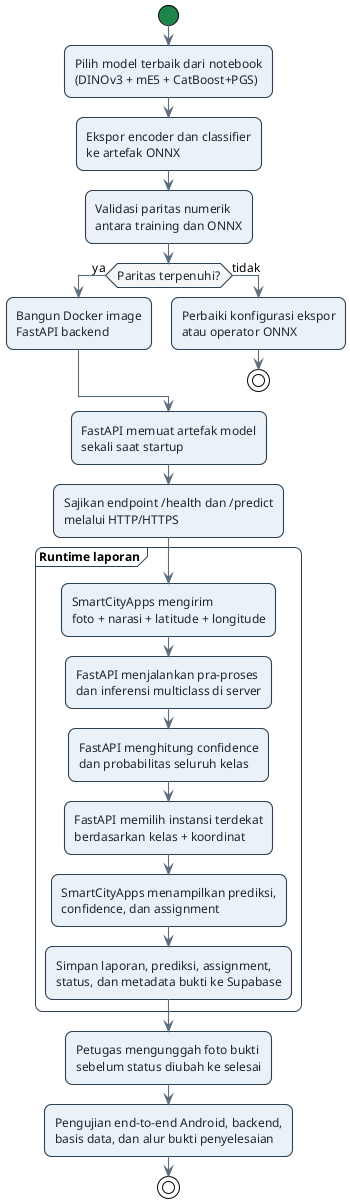
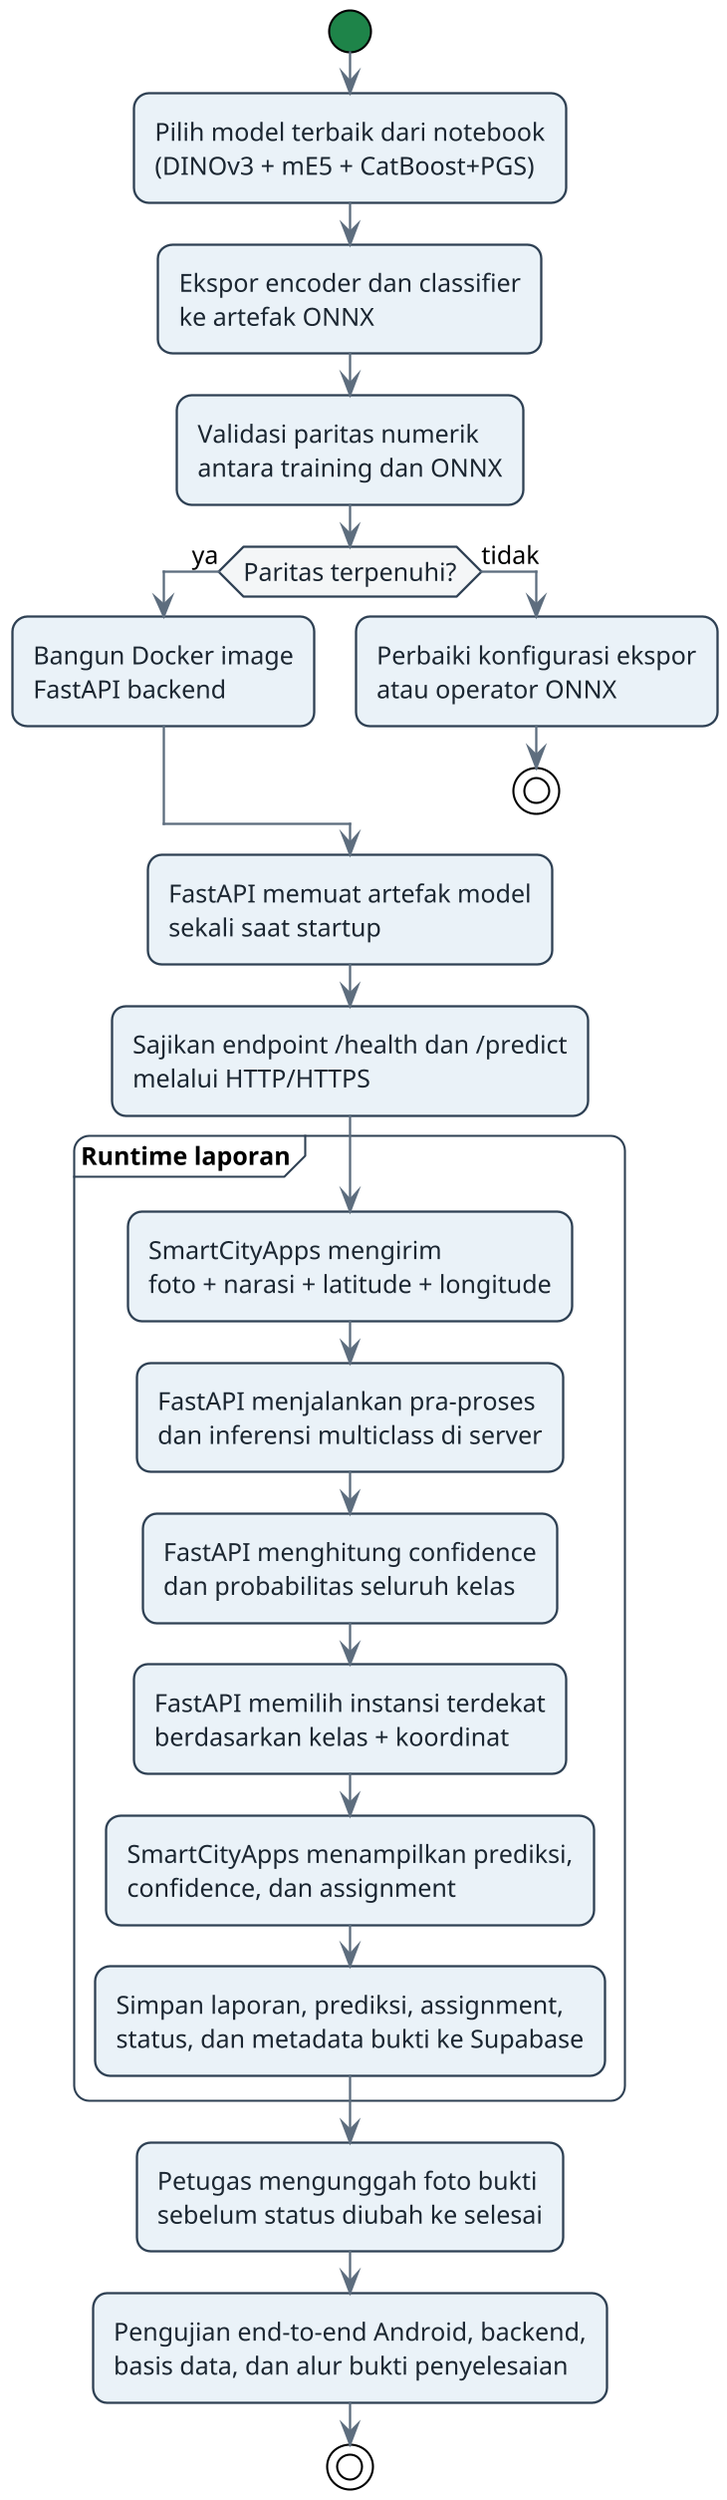
@startuml kerangka_deployment
!theme plain
+ skinparam dpi 200
skinparam backgroundColor #FFFFFF
skinparam shadowing false
skinparam defaultFontName "Helvetica"
skinparam defaultFontSize 12
skinparam ArrowColor #5D6D7E
skinparam ArrowThickness 1.1
skinparam roundCorner 14
skinparam ActivityMargin 14
skinparam activity {
    BackgroundColor #EAF2F8
    BorderColor #2E4053
    BorderThickness 1.1
    DiamondBackgroundColor #F4F6F7
    DiamondBorderColor #2E4053
    DiamondFontColor #1B2631
    StartColor #1E8449
    EndColor #7B241C
    BarColor #2E4053
    FontColor #1B2631
}
skinparam partition {
    BorderColor #2E4053
    FontStyle bold
}

start
:Pilih model terbaik dari notebook
(DINOv3 + mE5 + CatBoost+PGS);
:Ekspor encoder dan classifier
ke artefak ONNX;
:Validasi paritas numerik
antara training dan ONNX;

if (Paritas terpenuhi?) then (ya)
  :Bangun Docker image
FastAPI backend;
else (tidak)
  :Perbaiki konfigurasi ekspor
atau operator ONNX;
  stop
endif

:FastAPI memuat artefak model
sekali saat startup;
:Sajikan endpoint /health dan /predict
melalui HTTP/HTTPS;

partition "Runtime laporan" {
  :SmartCityApps mengirim
foto + narasi + latitude + longitude;
  :FastAPI menjalankan pra-proses
dan inferensi multiclass di server;
  :FastAPI menghitung confidence
dan probabilitas seluruh kelas;
  :FastAPI memilih instansi terdekat
berdasarkan kelas + koordinat;
  :SmartCityApps menampilkan prediksi,
confidence, dan assignment;
  :Simpan laporan, prediksi, assignment,
status, dan metadata bukti ke Supabase;
}

:Petugas mengunggah foto bukti
sebelum status diubah ke selesai;
:Pengujian end-to-end Android, backend,
basis data, dan alur bukti penyelesaian;
stop

@enduml
